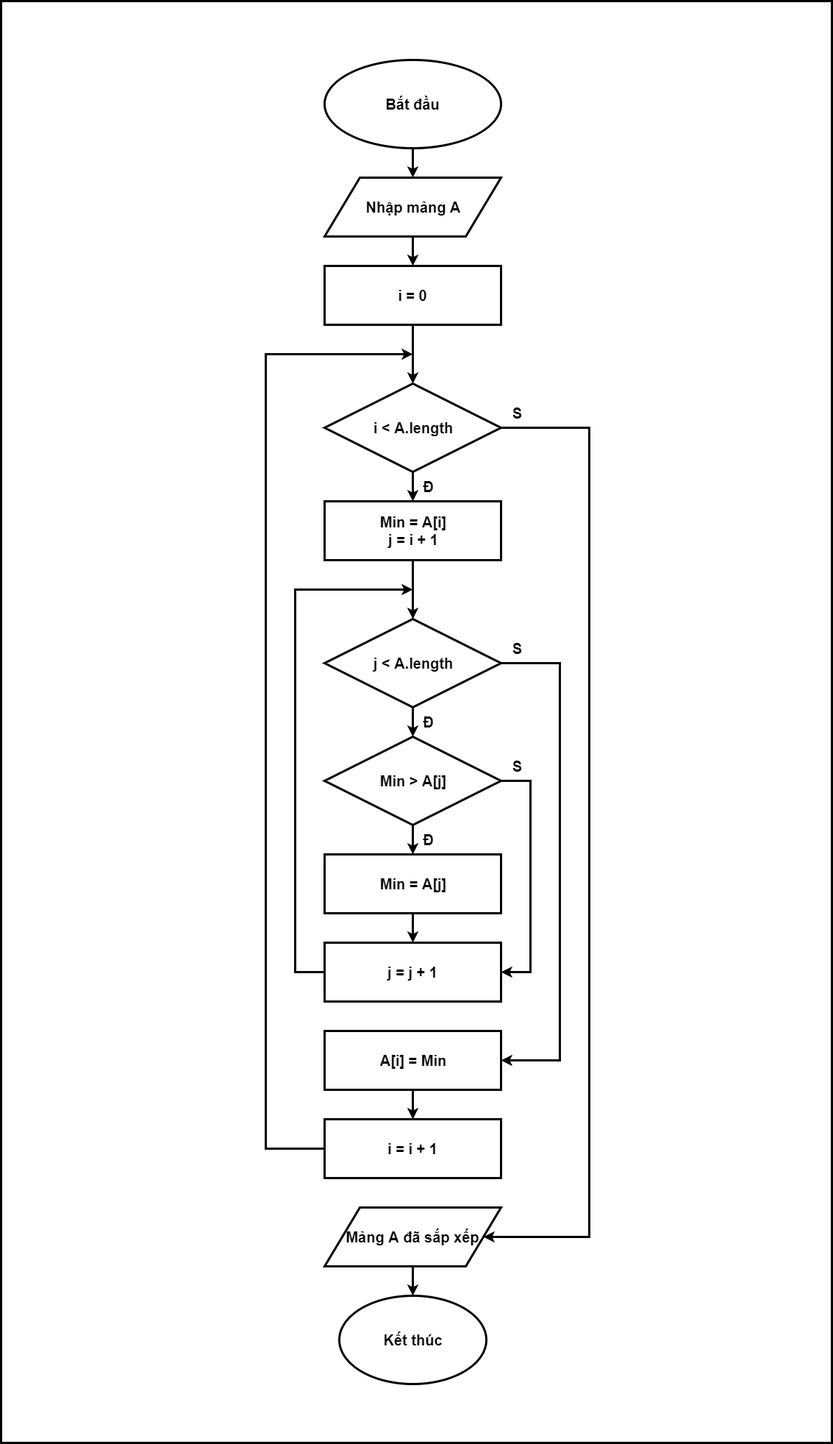
The draw.io diagram TuanVP/6b.png in FASTTRACKSE/FFSE1703.LP6, before a commit. Source tidied: cells renumbered, new cells last; positions are measured from the earlier drawing's top-left corner, leaving out a move shared by most shapes. Source of this version:
```xml
<mxGraphModel background="#ffffff">
  <root>
    <mxCell id="0" />
    <mxCell id="1" parent="0" />
    <mxCell id="2" style="rounded=0;whiteSpace=wrap;html=1;strokeWidth=3;fillColor=none;" parent="1" vertex="1">
      <mxGeometry width="1130" height="1960" as="geometry" />
    </mxCell>
    <mxCell id="3" style="edgeStyle=orthogonalEdgeStyle;rounded=0;html=1;exitX=0.5;exitY=1;entryX=0.5;entryY=0;jettySize=auto;strokeWidth=3;" parent="1" edge="1" source="4" target="6">
      <mxGeometry relative="1" as="geometry" />
    </mxCell>
    <mxCell id="4" value="&lt;font style=&quot;font-size: 20px&quot;&gt;&lt;b&gt;Bắt đầu&lt;/b&gt;&lt;/font&gt;" style="ellipse;whiteSpace=wrap;html=1;strokeWidth=3;" parent="1" vertex="1">
      <mxGeometry x="440" y="80" width="240" height="120" as="geometry" />
    </mxCell>
    <mxCell id="5" style="edgeStyle=orthogonalEdgeStyle;rounded=0;html=1;exitX=0.5;exitY=1;entryX=0.5;entryY=0;jettySize=auto;strokeWidth=3;" parent="1" edge="1" source="6" target="19">
      <mxGeometry relative="1" as="geometry" />
    </mxCell>
    <mxCell id="6" value="&lt;font style=&quot;font-size: 20px&quot;&gt;&lt;b&gt;Nhập mảng A&lt;/b&gt;&lt;/font&gt;" style="shape=parallelogram;perimeter=parallelogramPerimeter;whiteSpace=wrap;html=1;strokeWidth=3;" parent="1" vertex="1">
      <mxGeometry x="440" y="240" width="240" height="80" as="geometry" />
    </mxCell>
    <mxCell id="7" style="edgeStyle=orthogonalEdgeStyle;rounded=0;html=1;exitX=0.5;exitY=1;entryX=0.5;entryY=0;jettySize=auto;strokeWidth=3;" parent="1" edge="1" source="9" target="11">
      <mxGeometry relative="1" as="geometry" />
    </mxCell>
    <mxCell id="8" style="edgeStyle=orthogonalEdgeStyle;rounded=0;html=1;exitX=1;exitY=0.5;entryX=1;entryY=0.5;jettySize=auto;strokeWidth=3;" parent="1" edge="1" source="9" target="25">
      <mxGeometry relative="1" as="geometry">
        <Array as="points">
          <mxPoint x="800" y="580" />
          <mxPoint x="800" y="1680" />
        </Array>
      </mxGeometry>
    </mxCell>
    <mxCell id="9" value="&lt;font style=&quot;font-size: 20px&quot;&gt;&lt;b&gt;i &amp;lt; A.length&lt;/b&gt;&lt;/font&gt;" style="rhombus;whiteSpace=wrap;html=1;strokeWidth=3;" parent="1" vertex="1">
      <mxGeometry x="440" y="520" width="240" height="120" as="geometry" />
    </mxCell>
    <mxCell id="10" style="edgeStyle=orthogonalEdgeStyle;rounded=0;html=1;exitX=0.5;exitY=1;entryX=0.5;entryY=0;jettySize=auto;strokeWidth=3;" parent="1" edge="1" source="11" target="14">
      <mxGeometry relative="1" as="geometry" />
    </mxCell>
    <mxCell id="11" value="&lt;font style=&quot;font-size: 20px&quot;&gt;&lt;b&gt;Min = A[i]&lt;/b&gt;&lt;b&gt;&lt;br&gt;j = i + 1&lt;/b&gt;&lt;b&gt;&lt;br&gt;&lt;/b&gt;&lt;/font&gt;" style="rounded=0;whiteSpace=wrap;html=1;strokeWidth=3;" parent="1" vertex="1">
      <mxGeometry x="440" y="680" width="240" height="80" as="geometry" />
    </mxCell>
    <mxCell id="12" style="edgeStyle=orthogonalEdgeStyle;rounded=0;html=1;jettySize=auto;strokeWidth=3;" parent="1" edge="1" source="14" target="17">
      <mxGeometry relative="1" as="geometry" />
    </mxCell>
    <mxCell id="13" style="edgeStyle=orthogonalEdgeStyle;rounded=0;html=1;exitX=1;exitY=0.5;entryX=1;entryY=0.5;jettySize=auto;strokeWidth=3;" parent="1" edge="1" source="14" target="36">
      <mxGeometry relative="1" as="geometry">
        <Array as="points">
          <mxPoint x="760" y="900" />
          <mxPoint x="760" y="1440" />
        </Array>
      </mxGeometry>
    </mxCell>
    <mxCell id="14" value="&lt;font style=&quot;font-size: 20px&quot;&gt;&lt;b&gt;j &amp;lt; A.length&lt;/b&gt;&lt;/font&gt;" style="rhombus;whiteSpace=wrap;html=1;strokeWidth=3;" parent="1" vertex="1">
      <mxGeometry x="440" y="840" width="240" height="120" as="geometry" />
    </mxCell>
    <mxCell id="15" style="edgeStyle=orthogonalEdgeStyle;rounded=0;html=1;exitX=0.5;exitY=1;entryX=0.5;entryY=0;jettySize=auto;strokeWidth=3;" parent="1" edge="1" source="17" target="21">
      <mxGeometry relative="1" as="geometry" />
    </mxCell>
    <mxCell id="16" style="edgeStyle=orthogonalEdgeStyle;rounded=0;html=1;exitX=1;exitY=0.5;entryX=1;entryY=0.5;jettySize=auto;strokeWidth=3;" parent="1" edge="1" source="17" target="23">
      <mxGeometry relative="1" as="geometry">
        <Array as="points">
          <mxPoint x="720" y="1060" />
          <mxPoint x="720" y="1320" />
        </Array>
      </mxGeometry>
    </mxCell>
    <mxCell id="17" value="&lt;font style=&quot;font-size: 20px&quot;&gt;&lt;b&gt;Min &amp;gt; A[j]&lt;/b&gt;&lt;/font&gt;" style="rhombus;whiteSpace=wrap;html=1;strokeWidth=3;" parent="1" vertex="1">
      <mxGeometry x="440" y="1000" width="240" height="120" as="geometry" />
    </mxCell>
    <mxCell id="18" style="edgeStyle=orthogonalEdgeStyle;rounded=0;html=1;exitX=0.5;exitY=1;entryX=0.5;entryY=0;jettySize=auto;strokeWidth=3;" parent="1" edge="1" source="19" target="9">
      <mxGeometry relative="1" as="geometry" />
    </mxCell>
    <mxCell id="19" value="&lt;font style=&quot;font-size: 20px&quot;&gt;&lt;b&gt;i = 0&lt;br&gt;&lt;/b&gt;&lt;/font&gt;" style="rounded=0;whiteSpace=wrap;html=1;strokeWidth=3;" parent="1" vertex="1">
      <mxGeometry x="440" y="360" width="240" height="80" as="geometry" />
    </mxCell>
    <mxCell id="20" style="edgeStyle=orthogonalEdgeStyle;rounded=0;html=1;exitX=0.5;exitY=1;entryX=0.5;entryY=0;jettySize=auto;strokeWidth=3;" parent="1" edge="1" source="21" target="23">
      <mxGeometry relative="1" as="geometry" />
    </mxCell>
    <mxCell id="21" value="&lt;font style=&quot;font-size: 20px&quot;&gt;&lt;b&gt;Min = A[j]&lt;br&gt;&lt;/b&gt;&lt;/font&gt;" style="rounded=0;whiteSpace=wrap;html=1;strokeWidth=3;" parent="1" vertex="1">
      <mxGeometry x="440" y="1160" width="240" height="80" as="geometry" />
    </mxCell>
    <mxCell id="22" style="edgeStyle=orthogonalEdgeStyle;rounded=0;html=1;exitX=0;exitY=0.5;jettySize=auto;strokeWidth=3;" parent="1" edge="1" source="23">
      <mxGeometry relative="1" as="geometry">
        <mxPoint x="560" y="800" as="targetPoint" />
        <Array as="points">
          <mxPoint x="400" y="1320" />
          <mxPoint x="400" y="800" />
        </Array>
      </mxGeometry>
    </mxCell>
    <mxCell id="23" value="&lt;font style=&quot;font-size: 20px&quot;&gt;&lt;b&gt;j = j + 1&lt;br&gt;&lt;/b&gt;&lt;/font&gt;" style="rounded=0;whiteSpace=wrap;html=1;strokeWidth=3;" parent="1" vertex="1">
      <mxGeometry x="440" y="1280" width="240" height="80" as="geometry" />
    </mxCell>
    <mxCell id="24" style="edgeStyle=orthogonalEdgeStyle;rounded=0;html=1;exitX=0.5;exitY=1;entryX=0.5;entryY=0;jettySize=auto;strokeWidth=3;" parent="1" edge="1" source="25" target="26">
      <mxGeometry relative="1" as="geometry" />
    </mxCell>
    <mxCell id="25" value="&lt;font style=&quot;font-size: 20px&quot;&gt;&lt;b&gt;Mảng A đã sắp xếp&lt;/b&gt;&lt;/font&gt;" style="shape=parallelogram;perimeter=parallelogramPerimeter;whiteSpace=wrap;html=1;strokeWidth=3;" parent="1" vertex="1">
      <mxGeometry x="440" y="1640" width="240" height="80" as="geometry" />
    </mxCell>
    <mxCell id="26" value="&lt;font style=&quot;font-size: 20px&quot;&gt;&lt;b&gt;Kết thúc&lt;/b&gt;&lt;/font&gt;" style="ellipse;whiteSpace=wrap;html=1;strokeWidth=3;" parent="1" vertex="1">
      <mxGeometry x="460" y="1760" width="200" height="120" as="geometry" />
    </mxCell>
    <mxCell id="27" style="edgeStyle=orthogonalEdgeStyle;rounded=0;html=1;exitX=0;exitY=0.5;jettySize=auto;strokeWidth=3;" parent="1" edge="1" source="28">
      <mxGeometry relative="1" as="geometry">
        <mxPoint x="560" y="480" as="targetPoint" />
        <Array as="points">
          <mxPoint x="360" y="1560" />
          <mxPoint x="360" y="480" />
          <mxPoint x="560" y="480" />
        </Array>
      </mxGeometry>
    </mxCell>
    <mxCell id="28" value="&lt;font style=&quot;font-size: 20px&quot;&gt;&lt;b&gt;i = i + 1&lt;br&gt;&lt;/b&gt;&lt;/font&gt;" style="rounded=0;whiteSpace=wrap;html=1;strokeWidth=3;" parent="1" vertex="1">
      <mxGeometry x="440" y="1520" width="240" height="80" as="geometry" />
    </mxCell>
    <mxCell id="29" value="&lt;font style=&quot;font-size: 20px&quot;&gt;&lt;b&gt;Đ&lt;/b&gt;&lt;/font&gt;" style="text;html=1;strokeColor=none;fillColor=none;align=center;verticalAlign=middle;whiteSpace=wrap;rounded=0;" parent="1" vertex="1">
      <mxGeometry x="560" y="640" width="43" height="40" as="geometry" />
    </mxCell>
    <mxCell id="30" value="&lt;font style=&quot;font-size: 20px&quot;&gt;&lt;b&gt;Đ&lt;/b&gt;&lt;/font&gt;" style="text;html=1;strokeColor=none;fillColor=none;align=center;verticalAlign=middle;whiteSpace=wrap;rounded=0;" parent="1" vertex="1">
      <mxGeometry x="560" y="959.8" width="43" height="40" as="geometry" />
    </mxCell>
    <mxCell id="31" value="&lt;font style=&quot;font-size: 20px&quot;&gt;&lt;b&gt;Đ&lt;/b&gt;&lt;/font&gt;" style="text;html=1;strokeColor=none;fillColor=none;align=center;verticalAlign=middle;whiteSpace=wrap;rounded=0;" parent="1" vertex="1">
      <mxGeometry x="560" y="1119.8" width="43" height="40" as="geometry" />
    </mxCell>
    <mxCell id="32" value="&lt;span style=&quot;font-size: 20px&quot;&gt;&lt;b&gt;S&lt;/b&gt;&lt;/span&gt;" style="text;html=1;strokeColor=none;fillColor=none;align=center;verticalAlign=middle;whiteSpace=wrap;rounded=0;" parent="1" vertex="1">
      <mxGeometry x="680" y="1019.8" width="43" height="40" as="geometry" />
    </mxCell>
    <mxCell id="33" value="&lt;span style=&quot;font-size: 20px&quot;&gt;&lt;b&gt;S&lt;/b&gt;&lt;/span&gt;" style="text;html=1;strokeColor=none;fillColor=none;align=center;verticalAlign=middle;whiteSpace=wrap;rounded=0;" parent="1" vertex="1">
      <mxGeometry x="680" y="859.8" width="43" height="40" as="geometry" />
    </mxCell>
    <mxCell id="34" value="&lt;span style=&quot;font-size: 20px&quot;&gt;&lt;b&gt;S&lt;/b&gt;&lt;/span&gt;" style="text;html=1;strokeColor=none;fillColor=none;align=center;verticalAlign=middle;whiteSpace=wrap;rounded=0;" parent="1" vertex="1">
      <mxGeometry x="680" y="539.8" width="43" height="40" as="geometry" />
    </mxCell>
    <mxCell id="35" style="edgeStyle=orthogonalEdgeStyle;rounded=0;html=1;exitX=0.5;exitY=1;entryX=0.5;entryY=0;jettySize=auto;strokeWidth=3;" parent="1" edge="1" source="36" target="28">
      <mxGeometry relative="1" as="geometry" />
    </mxCell>
    <mxCell id="36" value="&lt;font style=&quot;font-size: 20px&quot;&gt;&lt;b&gt;A[i] = Min&lt;/b&gt;&lt;/font&gt;" style="rounded=0;whiteSpace=wrap;html=1;strokeWidth=3;" parent="1" vertex="1">
      <mxGeometry x="440" y="1400" width="240" height="80" as="geometry" />
    </mxCell>
  </root>
</mxGraphModel>
```
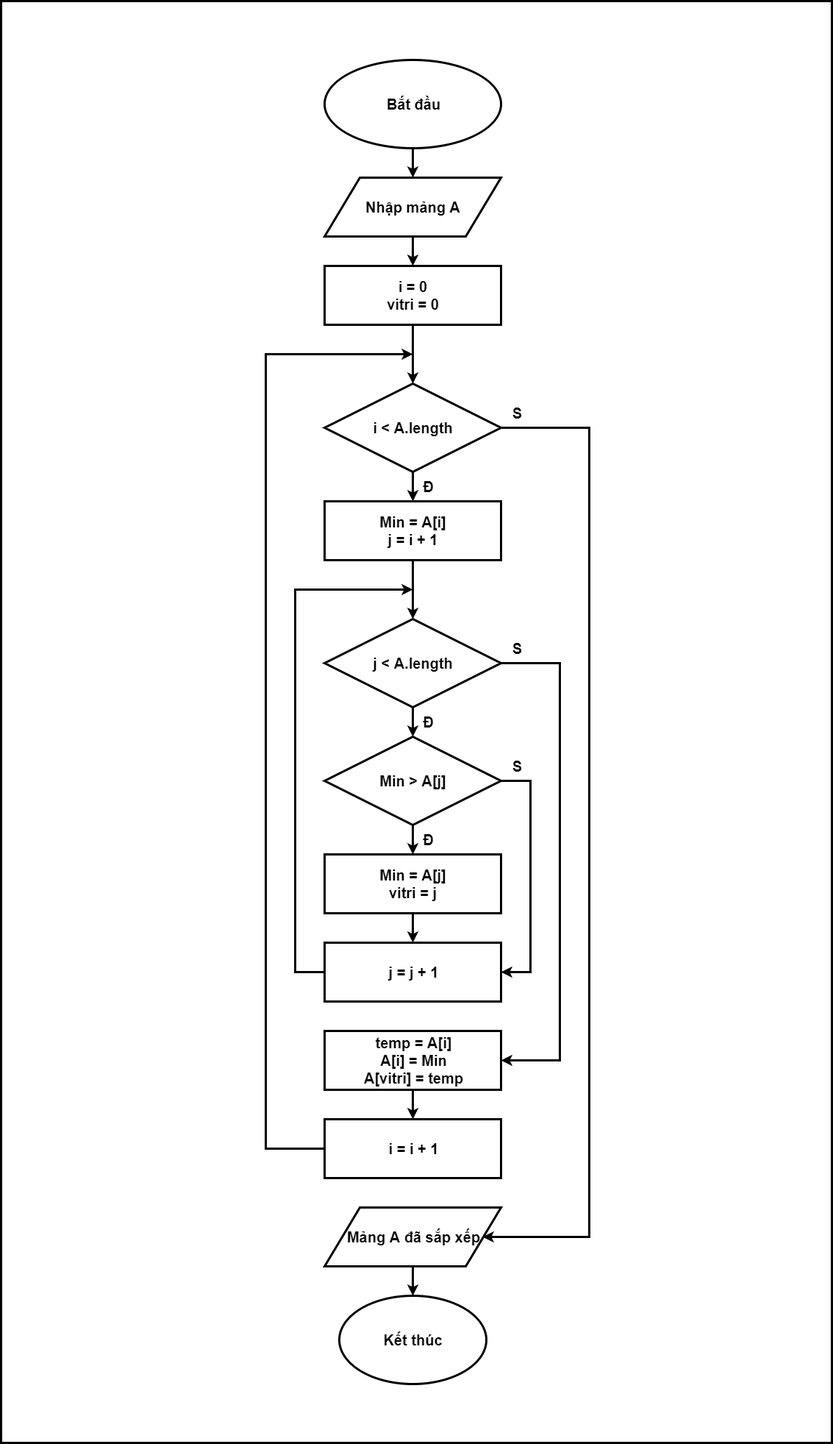
After the change.

Change to the diagram source:
```diff
@@ -68,13 +68,13 @@
     <mxCell id="18" style="edgeStyle=orthogonalEdgeStyle;rounded=0;html=1;exitX=0.5;exitY=1;entryX=0.5;entryY=0;jettySize=auto;strokeWidth=3;" parent="1" edge="1" source="19" target="9">
       <mxGeometry relative="1" as="geometry" />
     </mxCell>
-    <mxCell id="19" value="&lt;font style=&quot;font-size: 20px&quot;&gt;&lt;b&gt;i = 0&lt;br&gt;&lt;/b&gt;&lt;/font&gt;" style="rounded=0;whiteSpace=wrap;html=1;strokeWidth=3;" parent="1" vertex="1">
+    <mxCell id="19" value="&lt;font style=&quot;font-size: 20px&quot;&gt;&lt;b&gt;i = 0&lt;br&gt;vitri = 0&lt;br&gt;&lt;/b&gt;&lt;/font&gt;" style="rounded=0;whiteSpace=wrap;html=1;strokeWidth=3;" parent="1" vertex="1">
       <mxGeometry x="440" y="360" width="240" height="80" as="geometry" />
     </mxCell>
     <mxCell id="20" style="edgeStyle=orthogonalEdgeStyle;rounded=0;html=1;exitX=0.5;exitY=1;entryX=0.5;entryY=0;jettySize=auto;strokeWidth=3;" parent="1" edge="1" source="21" target="23">
       <mxGeometry relative="1" as="geometry" />
     </mxCell>
-    <mxCell id="21" value="&lt;font style=&quot;font-size: 20px&quot;&gt;&lt;b&gt;Min = A[j]&lt;br&gt;&lt;/b&gt;&lt;/font&gt;" style="rounded=0;whiteSpace=wrap;html=1;strokeWidth=3;" parent="1" vertex="1">
+    <mxCell id="21" value="&lt;font style=&quot;font-size: 20px&quot;&gt;&lt;b&gt;Min = A[j]&lt;br&gt;vitri = j&lt;br&gt;&lt;/b&gt;&lt;/font&gt;" style="rounded=0;whiteSpace=wrap;html=1;strokeWidth=3;" parent="1" vertex="1">
       <mxGeometry x="440" y="1160" width="240" height="80" as="geometry" />
     </mxCell>
     <mxCell id="22" style="edgeStyle=orthogonalEdgeStyle;rounded=0;html=1;exitX=0;exitY=0.5;jettySize=auto;strokeWidth=3;" parent="1" edge="1" source="23">
@@ -132,7 +132,7 @@
     <mxCell id="35" style="edgeStyle=orthogonalEdgeStyle;rounded=0;html=1;exitX=0.5;exitY=1;entryX=0.5;entryY=0;jettySize=auto;strokeWidth=3;" parent="1" edge="1" source="36" target="28">
       <mxGeometry relative="1" as="geometry" />
     </mxCell>
-    <mxCell id="36" value="&lt;font style=&quot;font-size: 20px&quot;&gt;&lt;b&gt;A[i] = Min&lt;/b&gt;&lt;/font&gt;" style="rounded=0;whiteSpace=wrap;html=1;strokeWidth=3;" parent="1" vertex="1">
+    <mxCell id="36" value="&lt;font style=&quot;font-size: 20px&quot;&gt;&lt;b&gt;temp = A[i]&lt;br&gt;A[i] = Min&lt;br&gt;A[vitri] = temp&lt;br&gt;&lt;/b&gt;&lt;/font&gt;" style="rounded=0;whiteSpace=wrap;html=1;strokeWidth=3;" parent="1" vertex="1">
       <mxGeometry x="440" y="1400" width="240" height="80" as="geometry" />
     </mxCell>
   </root>
```
